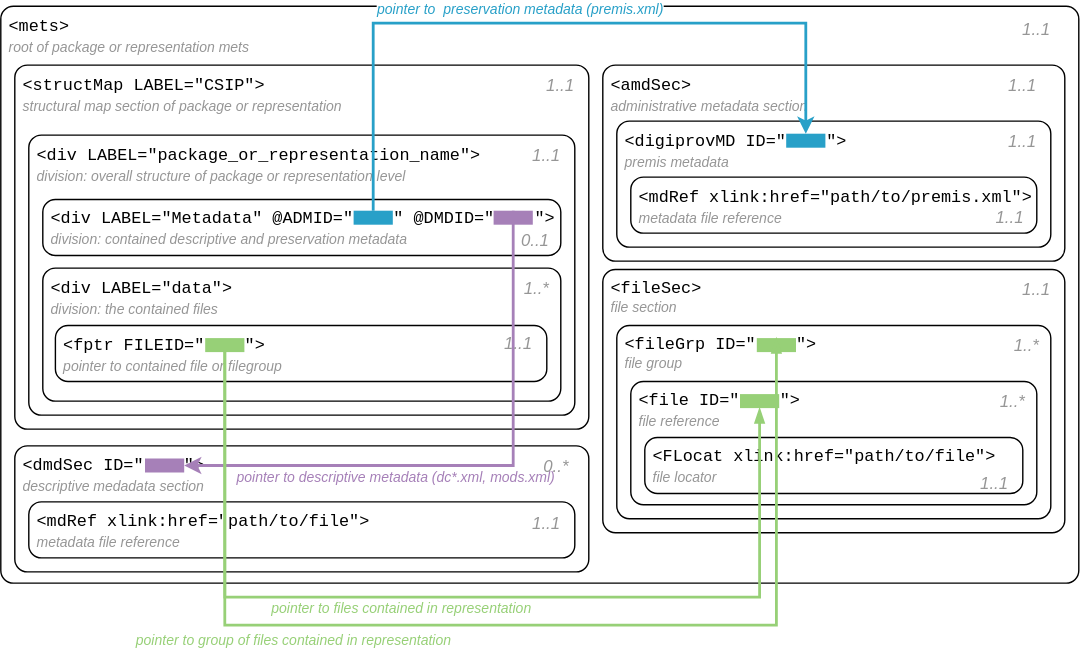
Above: assets/images_spec/sip-representation-pointers.svg in viaacode/documentation-jekyll (draw.io), before the change. Source tidied: cells renumbered, new cells last; positions are measured from the earlier drawing's top-left corner, leaving out a move shared by most shapes.
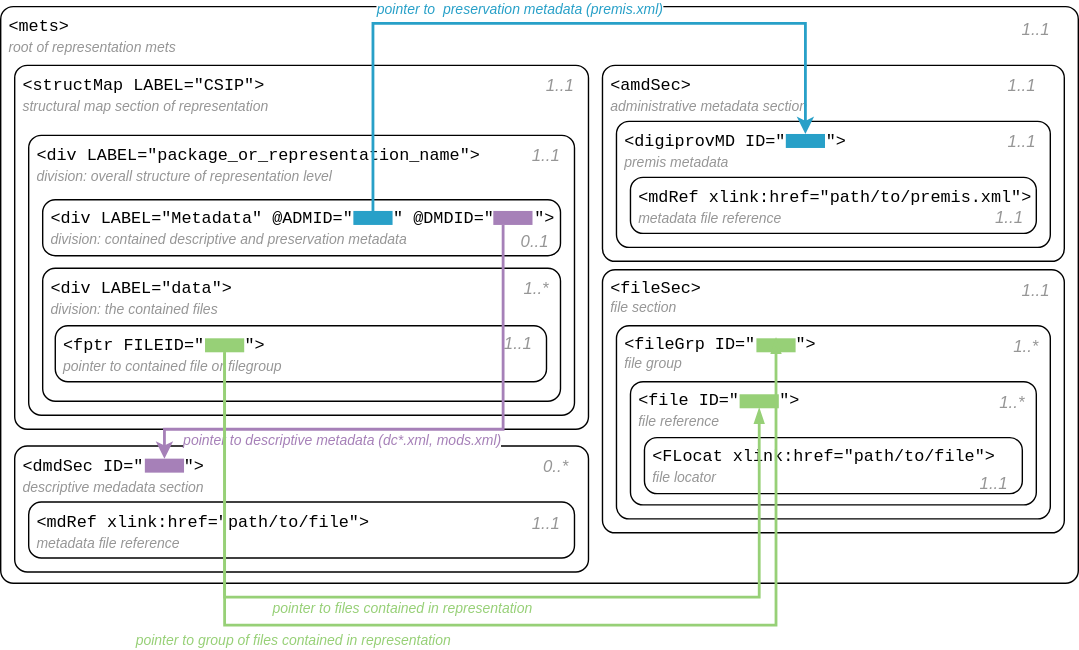
Above is the later version.

Commit message:
Additional explanation wrt representation level

Diff of the diagram source:
```diff
@@ -2,7 +2,7 @@
   <root>
     <mxCell id="0" />
     <mxCell id="1" parent="0" />
-    <mxCell id="2" value="&lt;div&gt;&lt;font face=&quot;Courier New&quot;&gt;&amp;lt;mets&amp;gt;&lt;/font&gt;&lt;/div&gt;&lt;div&gt;&lt;font size=&quot;1&quot; color=&quot;#969696&quot;&gt;&lt;i style=&quot;&quot;&gt;root of package or representation mets&lt;br&gt;&lt;/i&gt;&lt;/font&gt;&lt;/div&gt;" style="rounded=1;whiteSpace=wrap;html=1;verticalAlign=top;align=left;spacingLeft=4;arcSize=18;absoluteArcSize=1;" parent="1" vertex="1">
+    <mxCell id="2" value="&lt;div&gt;&lt;font face=&quot;Courier New&quot;&gt;&amp;lt;mets&amp;gt;&lt;/font&gt;&lt;/div&gt;&lt;div&gt;&lt;font size=&quot;1&quot; color=&quot;#969696&quot;&gt;&lt;i style=&quot;&quot;&gt;root of representation mets&lt;br&gt;&lt;/i&gt;&lt;/font&gt;&lt;/div&gt;" style="rounded=1;whiteSpace=wrap;html=1;verticalAlign=top;align=left;spacingLeft=4;arcSize=18;absoluteArcSize=1;" parent="1" vertex="1">
       <mxGeometry width="770" height="412" as="geometry" />
     </mxCell>
     <mxCell id="3" value="&lt;font face=&quot;Courier New&quot;&gt;&amp;lt;amdSec&amp;gt;&lt;/font&gt;&lt;br&gt;&lt;i&gt;&lt;font style=&quot;font-size: 10px;&quot; color=&quot;#969696&quot;&gt;administrative metadata section&lt;/font&gt;&lt;/i&gt;" style="rounded=1;whiteSpace=wrap;html=1;verticalAlign=top;align=left;spacingLeft=4;arcSize=18;absoluteArcSize=1;" parent="1" vertex="1">
@@ -11,7 +11,7 @@
     <mxCell id="4" value="&lt;font face=&quot;Courier New&quot;&gt;&amp;lt;digiprovMD ID=&quot;&amp;nbsp;&amp;nbsp;&amp;nbsp; &quot;&amp;gt;&lt;/font&gt;&lt;br&gt;&lt;font size=&quot;1&quot; color=&quot;#969696&quot;&gt;&lt;i style=&quot;&quot;&gt;premis metadata&lt;/i&gt;&lt;/font&gt;" style="rounded=1;whiteSpace=wrap;html=1;verticalAlign=top;align=left;spacingLeft=4;arcSize=18;absoluteArcSize=1;" parent="1" vertex="1">
       <mxGeometry x="440" y="82" width="310" height="90" as="geometry" />
     </mxCell>
-    <mxCell id="5" value="&lt;div&gt;&lt;font face=&quot;Courier New&quot;&gt;&amp;lt;structMap LABEL=&quot;CSIP&quot;&amp;gt;&lt;/font&gt;&lt;/div&gt;&lt;font size=&quot;1&quot; color=&quot;#969696&quot;&gt;&lt;i style=&quot;&quot;&gt;structural map section of package or representation&lt;/i&gt;&lt;/font&gt;" style="rounded=1;whiteSpace=wrap;html=1;verticalAlign=top;align=left;spacingLeft=4;arcSize=18;absoluteArcSize=1;" parent="1" vertex="1">
+    <mxCell id="5" value="&lt;div&gt;&lt;font face=&quot;Courier New&quot;&gt;&amp;lt;structMap LABEL=&quot;CSIP&quot;&amp;gt;&lt;/font&gt;&lt;/div&gt;&lt;font size=&quot;1&quot; color=&quot;#969696&quot;&gt;&lt;i style=&quot;&quot;&gt;structural map section of representation&lt;/i&gt;&lt;/font&gt;" style="rounded=1;whiteSpace=wrap;html=1;verticalAlign=top;align=left;spacingLeft=4;arcSize=18;absoluteArcSize=1;" parent="1" vertex="1">
       <mxGeometry x="10" y="42" width="410" height="260" as="geometry" />
     </mxCell>
     <mxCell id="6" value="&lt;div&gt;&lt;font face=&quot;Courier New&quot;&gt;&amp;lt;dmdSec ID=&quot;&amp;nbsp;&amp;nbsp;&amp;nbsp; &quot;&amp;gt;&lt;/font&gt;&lt;/div&gt;&lt;div&gt;&lt;font size=&quot;1&quot; color=&quot;#969696&quot;&gt;&lt;i style=&quot;&quot;&gt;descriptive medadata section&lt;/i&gt;&lt;/font&gt;&lt;br&gt;&lt;/div&gt;" style="rounded=1;whiteSpace=wrap;html=1;verticalAlign=top;align=left;spacingLeft=4;arcSize=18;absoluteArcSize=1;" parent="1" vertex="1">
@@ -32,7 +32,7 @@
     <mxCell id="11" value="&lt;div&gt;&lt;font face=&quot;Courier New&quot;&gt;&amp;lt;mdRef &lt;/font&gt;&lt;font face=&quot;Courier New&quot;&gt;xlink:href=&quot;path/to/premis.xml&quot;&lt;/font&gt;&lt;font face=&quot;Courier New&quot;&gt;&amp;gt;&lt;/font&gt;&lt;/div&gt;&lt;div&gt;&lt;font size=&quot;1&quot; color=&quot;#969696&quot;&gt;&lt;i style=&quot;&quot;&gt;metadata file reference&lt;/i&gt;&lt;/font&gt;&lt;/div&gt;" style="rounded=1;whiteSpace=wrap;html=1;verticalAlign=top;align=left;spacingLeft=4;arcSize=18;absoluteArcSize=1;" parent="1" vertex="1">
       <mxGeometry x="450" y="122" width="290" height="40" as="geometry" />
     </mxCell>
-    <mxCell id="12" value="&lt;div&gt;&lt;font face=&quot;Courier New&quot;&gt;&amp;lt;div LABEL=&quot;package_or_representation_name&quot;&amp;gt;&lt;/font&gt;&lt;/div&gt;&lt;div&gt;&lt;font size=&quot;1&quot; color=&quot;#969696&quot;&gt;&lt;i style=&quot;&quot;&gt;division: overall structure of package or representation level&lt;/i&gt;&lt;/font&gt;&lt;br&gt;&lt;/div&gt;" style="rounded=1;whiteSpace=wrap;html=1;verticalAlign=top;align=left;spacingLeft=4;arcSize=18;absoluteArcSize=1;" parent="1" vertex="1">
+    <mxCell id="12" value="&lt;div&gt;&lt;font face=&quot;Courier New&quot;&gt;&amp;lt;div LABEL=&quot;package_or_representation_name&quot;&amp;gt;&lt;/font&gt;&lt;/div&gt;&lt;div&gt;&lt;font size=&quot;1&quot; color=&quot;#969696&quot;&gt;&lt;i style=&quot;&quot;&gt;division: overall structure of representation level&lt;/i&gt;&lt;/font&gt;&lt;br&gt;&lt;/div&gt;" style="rounded=1;whiteSpace=wrap;html=1;verticalAlign=top;align=left;spacingLeft=4;arcSize=18;absoluteArcSize=1;" parent="1" vertex="1">
       <mxGeometry x="20" y="92" width="390" height="200" as="geometry" />
     </mxCell>
     <mxCell id="13" value="&lt;div&gt;&lt;font face=&quot;Courier New&quot;&gt;&amp;lt;div &lt;span class=&quot;pl-e&quot;&gt;LABEL&lt;/span&gt;=&lt;span class=&quot;pl-s&quot;&gt;&lt;span class=&quot;pl-pds&quot;&gt;&quot;&lt;/span&gt;Metadata&lt;span class=&quot;pl-pds&quot;&gt;&quot; @ADMID=&quot;&amp;nbsp;&amp;nbsp;&amp;nbsp; &quot; @DMDID=&quot;&amp;nbsp;&amp;nbsp;&amp;nbsp; &quot;&lt;/span&gt;&lt;/span&gt;&amp;gt;&lt;/font&gt;&lt;/div&gt;&lt;div&gt;&lt;font size=&quot;1&quot; color=&quot;#969696&quot;&gt;&lt;i style=&quot;&quot;&gt;division: contained descriptive and preservation metadata&lt;/i&gt;&lt;/font&gt;&lt;br&gt;&lt;/div&gt;" style="rounded=1;whiteSpace=wrap;html=1;align=left;spacingLeft=4;arcSize=18;absoluteArcSize=1;" parent="1" vertex="1">
@@ -58,10 +58,11 @@
     <mxCell id="18" style="rounded=0;whiteSpace=wrap;html=1;fontSize=10;fontColor=#969696;strokeColor=none;fillColor=#28A0C8;" parent="1" vertex="1">
       <mxGeometry x="252" y="146" width="28" height="10" as="geometry" />
     </mxCell>
-    <mxCell id="19" style="edgeStyle=orthogonalEdgeStyle;rounded=0;jettySize=auto;html=1;exitX=0.5;exitY=0;exitDx=0;exitDy=0;entryX=1;entryY=0.5;entryDx=0;entryDy=0;fontFamily=Helvetica;fontSize=10;fontColor=#969696;strokeWidth=2;strokeColor=#A680B8;" parent="1" edge="1" source="21" target="23">
+    <mxCell id="19" style="edgeStyle=orthogonalEdgeStyle;rounded=0;jettySize=auto;html=1;exitX=0.25;exitY=1;exitDx=0;exitDy=0;entryX=0.5;entryY=0;entryDx=0;entryDy=0;fontFamily=Helvetica;fontSize=10;fontColor=#969696;strokeWidth=2;strokeColor=#A680B8;" parent="1" edge="1" source="21" target="23">
       <mxGeometry relative="1" as="geometry">
         <Array as="points">
-          <mxPoint x="366" y="328" />
+          <mxPoint x="359" y="302" />
+          <mxPoint x="117" y="302" />
         </Array>
       </mxGeometry>
     </mxCell>
```
